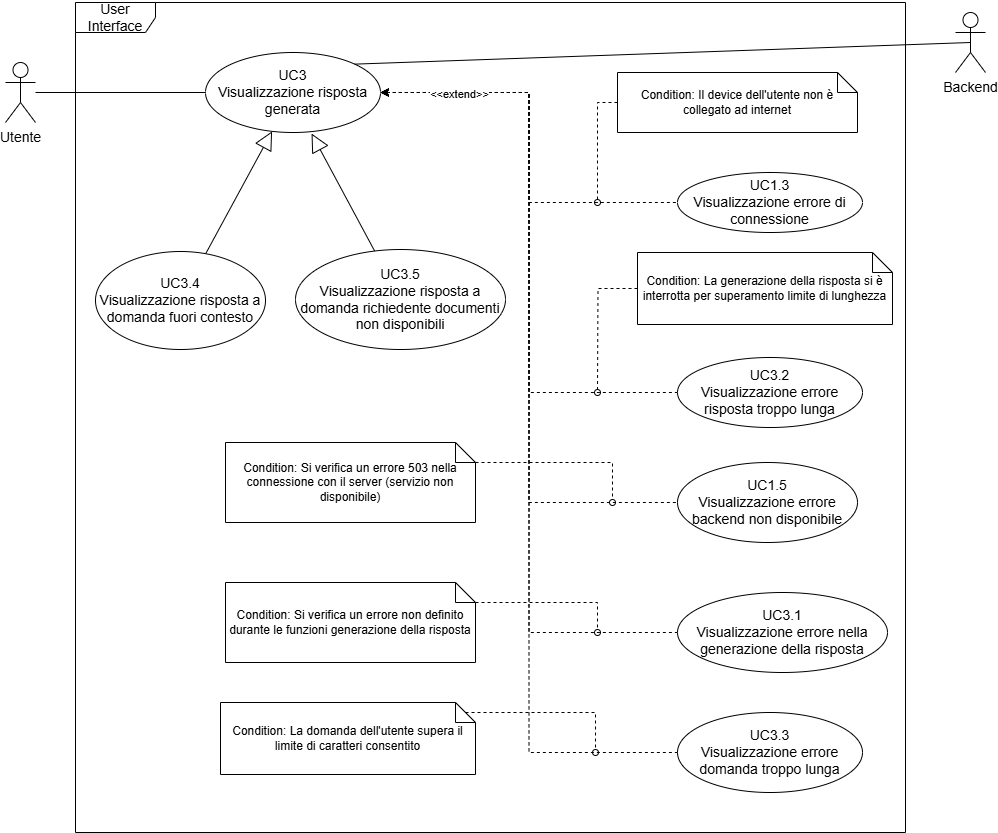
Above: images/analisi-dei-requisiti/UC0_ask_User-UI.png in SweeTenTeam/Docs (draw.io), before the change. Source tidied: cells renumbered, new cells last; positions are measured from the earlier drawing's top-left corner, leaving out a move shared by most shapes.
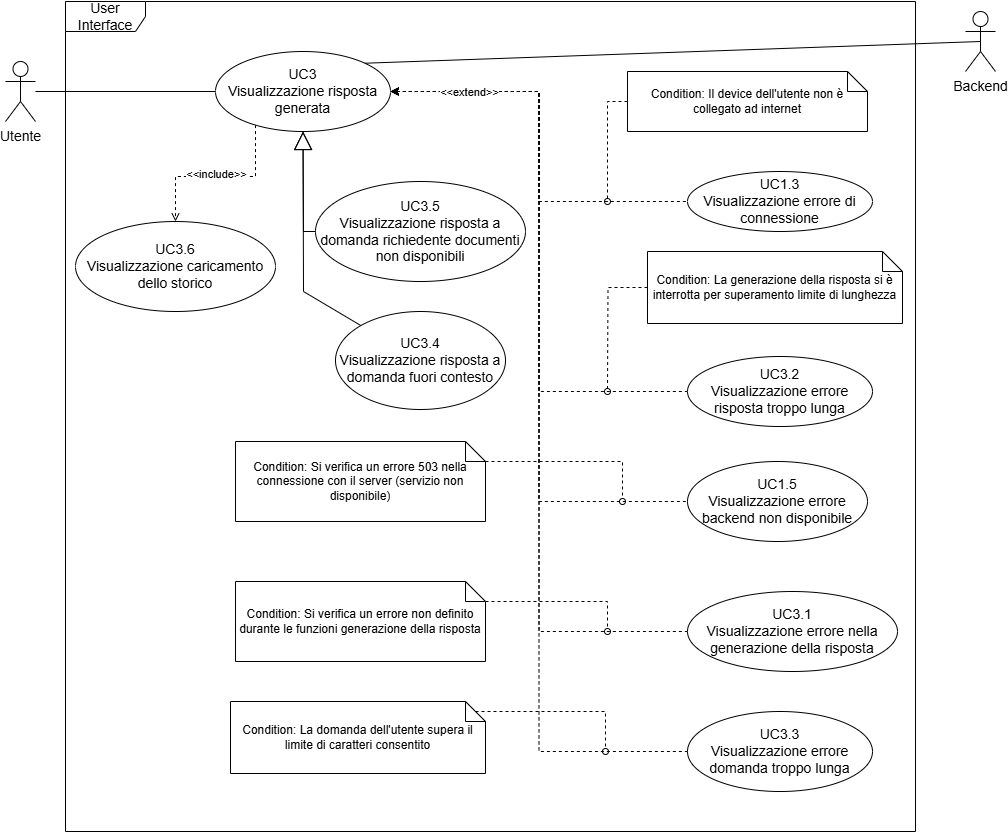
After the commit.

What changed in the source:
```diff
@@ -3,7 +3,7 @@
     <mxCell id="0" />
     <mxCell id="1" parent="0" />
     <mxCell id="2" value="User Interface" style="shape=umlFrame;whiteSpace=wrap;html=1;width=80;height=30;fontSize=14;" parent="1" vertex="1">
-      <mxGeometry x="70" width="830" height="830" as="geometry" />
+      <mxGeometry x="50" width="850" height="830" as="geometry" />
     </mxCell>
     <mxCell id="3" style="edgeStyle=orthogonalEdgeStyle;rounded=0;jettySize=auto;html=1;entryX=0;entryY=0.5;entryDx=0;entryDy=0;endArrow=none;startFill=1;startArrow=classic;dashed=1;" parent="1" edge="1" source="9" target="13">
       <mxGeometry relative="1" as="geometry" />
@@ -23,6 +23,17 @@
     <mxCell id="8" value="&amp;lt;&amp;lt;extend&amp;gt;&amp;gt;" style="edgeLabel;html=1;align=center;verticalAlign=middle;" parent="7" vertex="1">
       <mxGeometry x="-0.84" y="-1" relative="1" as="geometry" />
     </mxCell>
+    <mxCell id="33" style="edgeStyle=orthogonalEdgeStyle;rounded=0;jettySize=auto;html=1;dashed=1;endArrow=open;endFill=0;" parent="1" edge="1" source="9" target="35">
+      <mxGeometry relative="1" as="geometry">
+        <Array as="points">
+          <mxPoint x="240" y="175" />
+          <mxPoint x="160" y="175" />
+        </Array>
+      </mxGeometry>
+    </mxCell>
+    <mxCell id="34" value="&amp;lt;&amp;lt;include&amp;gt;&amp;gt;" style="edgeLabel;html=1;align=center;verticalAlign=middle;" parent="33" vertex="1">
+      <mxGeometry x="0.03" y="-2" relative="1" as="geometry" />
+    </mxCell>
     <mxCell id="9" value="UC3&lt;div&gt;Visualizzazione risposta generata&lt;/div&gt;" style="ellipse;whiteSpace=wrap;html=1;fontSize=14;" parent="1" vertex="1">
       <mxGeometry x="200" y="50" width="175" height="80" as="geometry" />
     </mxCell>
@@ -30,7 +41,7 @@
       <mxGeometry relative="1" as="geometry" />
     </mxCell>
     <mxCell id="11" value="Utente" style="shape=umlActor;verticalLabelPosition=bottom;verticalAlign=top;html=1;fontSize=14;" parent="1" vertex="1">
-      <mxGeometry y="60" width="30" height="60" as="geometry" />
+      <mxGeometry x="-10" y="60" width="30" height="60" as="geometry" />
     </mxCell>
     <mxCell id="12" value="UC3.1&lt;div&gt;Visualizzazione errore nella generazione della risposta&lt;/div&gt;" style="ellipse;whiteSpace=wrap;html=1;fontSize=14;" parent="1" vertex="1">
       <mxGeometry x="672" y="590" width="210" height="80" as="geometry" />
@@ -103,16 +114,27 @@
       <mxGeometry x="215" y="700" width="255" height="72" as="geometry" />
     </mxCell>
     <mxCell id="29" style="endArrow=block;endSize=16;endFill=0;html=1;rounded=0;" parent="1" edge="1" source="30" target="9">
-      <mxGeometry relative="1" as="geometry" />
+      <mxGeometry relative="1" as="geometry">
+        <Array as="points">
+          <mxPoint x="288" y="290" />
+        </Array>
+      </mxGeometry>
     </mxCell>
     <mxCell id="30" value="&lt;font style=&quot;font-size: 14px;&quot;&gt;UC3.4&lt;/font&gt;&lt;div&gt;&lt;font style=&quot;font-size: 14px;&quot;&gt;Visualizzazione risposta a domanda fuori contesto&lt;/font&gt;&lt;/div&gt;" style="ellipse;whiteSpace=wrap;html=1;" parent="1" vertex="1">
-      <mxGeometry x="90" y="249" width="170" height="98" as="geometry" />
+      <mxGeometry x="320" y="310" width="170" height="98" as="geometry" />
     </mxCell>
     <mxCell id="31" value="&lt;font style=&quot;font-size: 14px;&quot;&gt;UC3.5&lt;/font&gt;&lt;div&gt;&lt;font style=&quot;font-size: 14px;&quot;&gt;Visualizzazione risposta a domanda richiedente documenti non disponibili&lt;/font&gt;&lt;/div&gt;" style="ellipse;whiteSpace=wrap;html=1;" parent="1" vertex="1">
-      <mxGeometry x="290" y="247" width="210" height="100" as="geometry" />
+      <mxGeometry x="300" y="180" width="210" height="100" as="geometry" />
     </mxCell>
-    <mxCell id="32" style="endArrow=block;endSize=16;endFill=0;html=1;rounded=0;entryX=0.606;entryY=1.013;entryDx=0;entryDy=0;entryPerimeter=0;" parent="1" edge="1" source="31" target="9">
-      <mxGeometry relative="1" as="geometry" />
+    <mxCell id="32" value="&lt;div&gt;&lt;br&gt;&lt;/div&gt;&lt;div&gt;&lt;br&gt;&lt;/div&gt;" style="endArrow=block;endSize=16;endFill=0;html=1;rounded=0;exitX=0;exitY=0.5;exitDx=0;exitDy=0;" parent="1" edge="1" source="31" target="9">
+      <mxGeometry x="0.01" y="-3" relative="1" as="geometry">
+        <Array as="points">
+          <mxPoint x="288" y="230" />
+        </Array>
+      </mxGeometry>
     </mxCell>
+    <mxCell id="35" value="&lt;font style=&quot;font-size: 14px;&quot;&gt;UC3.6&lt;br&gt;Visualizzazione caricamento dello storico&lt;/font&gt;" style="ellipse;whiteSpace=wrap;html=1;" parent="1" vertex="1">
+      <mxGeometry x="60" y="220" width="200" height="90" as="geometry" />
+    </mxCell>
   </root>
 </mxGraphModel>
```
